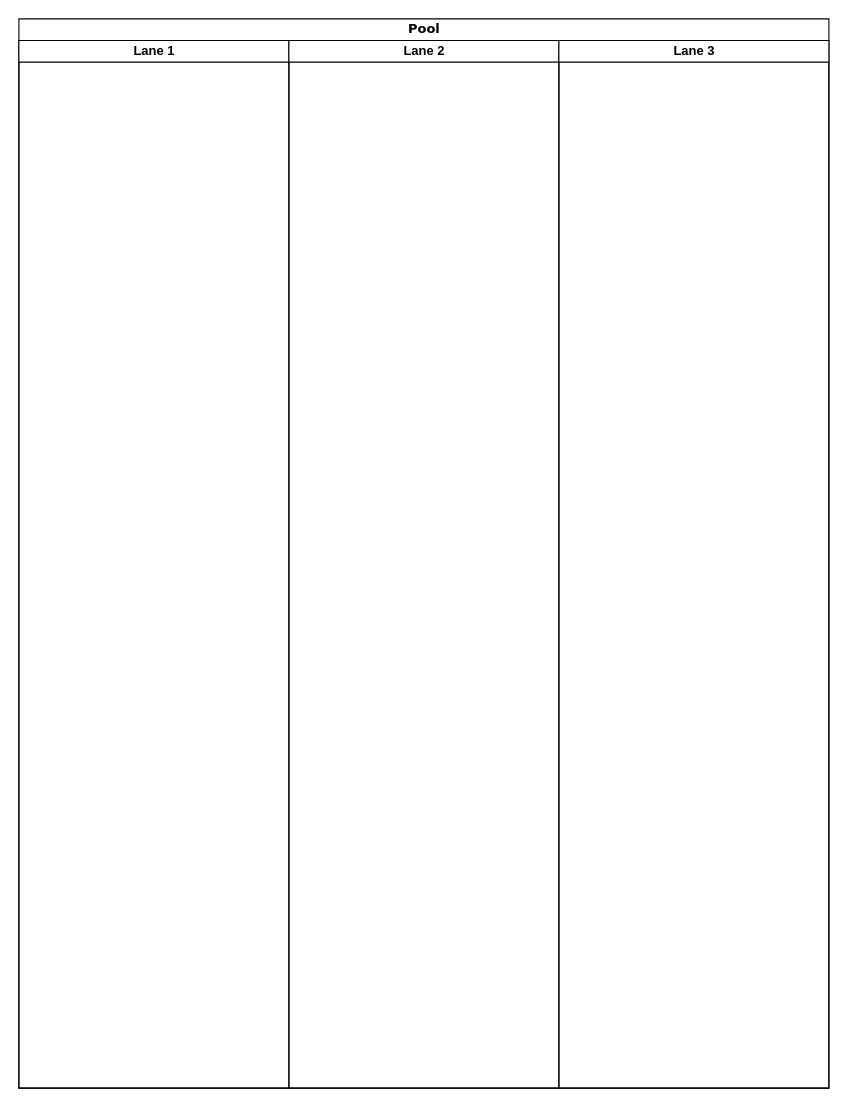
This is diagram.drawio from Ki-We/kiwes-chat-front, a draw.io file, before an edit. Source tidied: cells renumbered, new cells numbered last; positions are measured from the earlier drawing's top-left corner, leaving out a move shared by most shapes. Both pictures are drawn from the tidied source at 108%, with x=0, y=0 at pixel (18, 18).
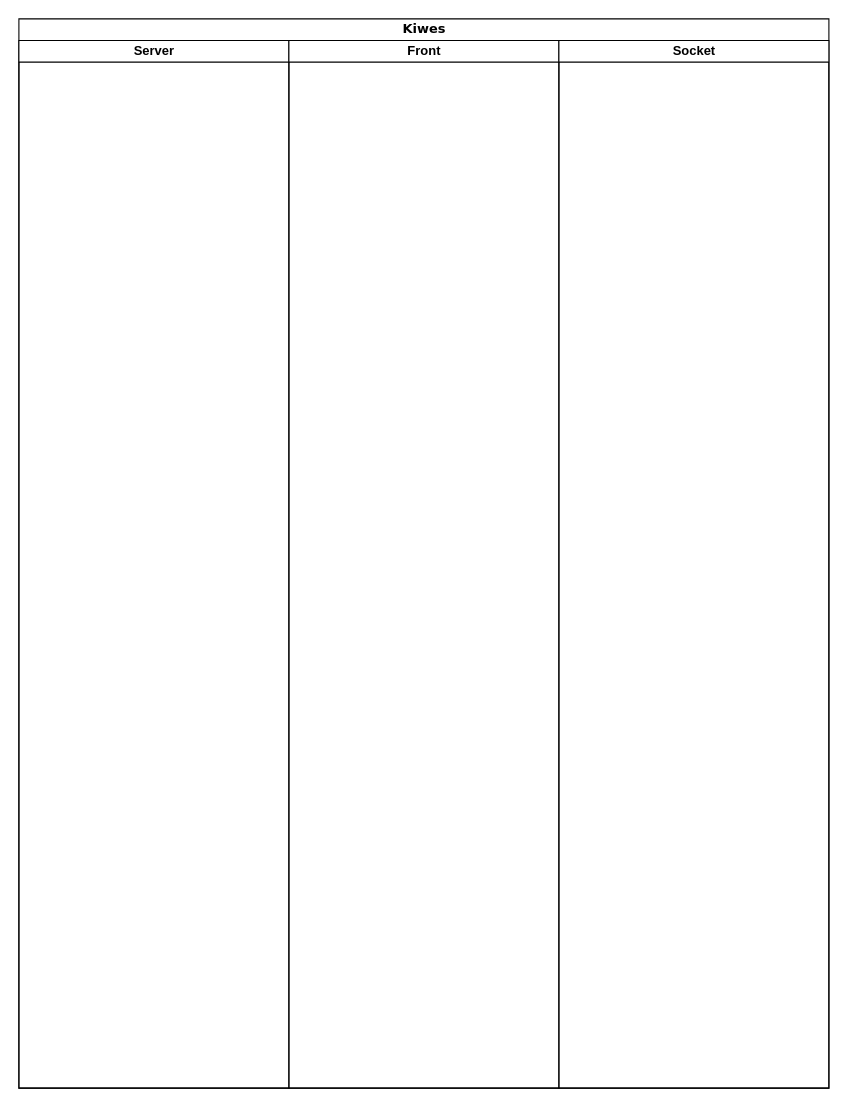
Above is the later version.

What changed in the source:
```diff
@@
 <mxGraphModel>
   <root>
     <mxCell id="0" />
     <mxCell id="1" parent="0" />
-    <mxCell id="2" value="Pool" style="swimlane;html=1;startSize=20;rounded=0;shadow=0;comic=0;labelBackgroundColor=none;strokeWidth=1;fontFamily=Verdana;fontSize=12;align=center;" parent="1" vertex="1">
+    <mxCell id="2" value="Kiwes" style="swimlane;html=1;startSize=20;rounded=0;shadow=0;comic=0;labelBackgroundColor=none;strokeWidth=1;fontFamily=Verdana;fontSize=12;align=center;" parent="1" vertex="1">
       <mxGeometry width="750" height="990" as="geometry" />
     </mxCell>
-    <mxCell id="3" value="Lane 1" style="swimlane;html=1;startSize=20;" parent="2" vertex="1">
+    <mxCell id="3" value="Server" style="swimlane;html=1;startSize=20;" parent="2" vertex="1">
       <mxGeometry y="20" width="250" height="970" as="geometry" />
     </mxCell>
-    <mxCell id="4" value="Lane 2" style="swimlane;html=1;startSize=20;" parent="2" vertex="1">
+    <mxCell id="4" value="Front" style="swimlane;html=1;startSize=20;" parent="2" vertex="1">
       <mxGeometry x="250" y="20" width="250" height="970" as="geometry" />
     </mxCell>
-    <mxCell id="5" value="Lane 3" style="swimlane;html=1;startSize=20;" parent="2" vertex="1">
+    <mxCell id="5" value="Socket" style="swimlane;html=1;startSize=20;" parent="2" vertex="1">
       <mxGeometry x="500" y="20" width="250" height="970" as="geometry" />
     </mxCell>
   </root>
 </mxGraphModel>
```
